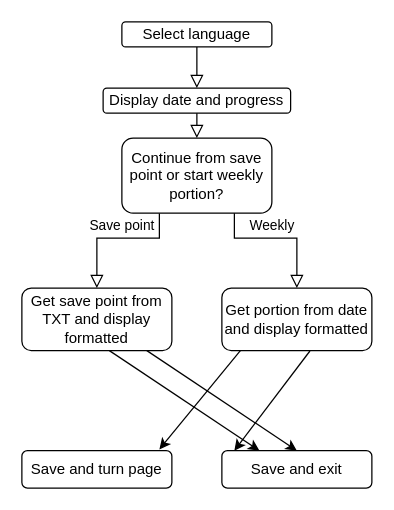
Before: tornado.drawio in chomskyhonk/tornado, a draw.io diagram. Source tidied: cells renumbered, new cells numbered last; positions are measured from the earlier drawing's top-left corner, leaving out a move shared by most shapes. Both pictures are drawn from the tidied source at 125%, with x=0, y=0 at pixel (21, 21).
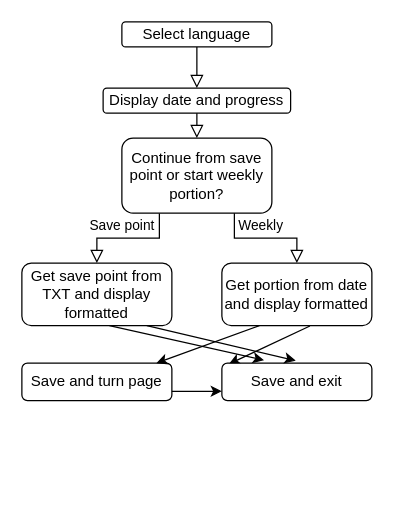
The same page after the edit.

The change refers to these unchanged cells:
```xml
<mxCell id="7" value="Continue from save point or start weekly portion?" style="rounded=1;whiteSpace=wrap;html=1;fontSize=12;glass=0;strokeWidth=1;shadow=0;" parent="1" vertex="1">
  <mxGeometry x="80" y="93" width="120" height="60" as="geometry" />
</mxCell>
```

Diff of the diagram source:
```diff
@@
     <mxCell id="4" value="&lt;div&gt;Save point&lt;/div&gt;" style="rounded=0;html=1;jettySize=auto;fontSize=11;endArrow=block;endFill=0;endSize=8;strokeWidth=1;shadow=0;labelBackgroundColor=none;edgeStyle=orthogonalEdgeStyle;exitX=0.25;exitY=1;exitDx=0;exitDy=0;" parent="1" edge="1" source="7">
-      <mxGeometry x="-0.09" y="-10" relative="1" as="geometry">
-        <mxPoint x="60" y="213" as="targetPoint" />
+      <mxGeometry x="0.11" y="-10" relative="1" as="geometry">
+        <mxPoint x="60" y="193" as="targetPoint" />
         <Array as="points">
           <mxPoint x="110" y="173" />
           <mxPoint x="60" y="173" />
         </Array>
       </mxGeometry>
     </mxCell>
@@
     <mxCell id="6" value="Get save point from TXT and display formatted" style="rounded=1;whiteSpace=wrap;html=1;fontSize=12;glass=0;strokeWidth=1;shadow=0;" parent="1" vertex="1">
-      <mxGeometry y="213" width="120" height="50" as="geometry" />
+      <mxGeometry y="193" width="120" height="50" as="geometry" />
     </mxCell>
@@
-    <mxCell id="9" value="&lt;div&gt;Weekly&lt;/div&gt;" style="rounded=0;html=1;jettySize=auto;fontSize=11;endArrow=block;endFill=0;endSize=8;strokeWidth=1;shadow=0;labelBackgroundColor=none;edgeStyle=orthogonalEdgeStyle;exitX=0.75;exitY=1;exitDx=0;exitDy=0;" parent="1" edge="1" source="7">
+    <mxCell id="9" value="&lt;div&gt;Weekly&lt;/div&gt;" style="rounded=0;html=1;jettySize=auto;fontSize=11;endArrow=block;endFill=0;endSize=8;strokeWidth=1;shadow=0;labelBackgroundColor=none;edgeStyle=orthogonalEdgeStyle;exitX=0.75;exitY=1;exitDx=0;exitDy=0;" parent="1" edge="1" source="7" target="12">
       <mxGeometry x="-0.09" y="10" relative="1" as="geometry">
-        <mxPoint x="220" y="213" as="targetPoint" />
         <Array as="points">
           <mxPoint x="170" y="173" />
           <mxPoint x="220" y="173" />
-          <mxPoint x="220" y="203" />
         </Array>
       </mxGeometry>
     </mxCell>
-    <mxCell id="10" style="endArrow=classic;html=1;exitX=0.587;exitY=1.006;exitDx=0;exitDy=0;exitPerimeter=0;entryX=0.083;entryY=0;entryDx=0;entryDy=0;entryPerimeter=0;" parent="1" edge="1" source="12" target="11">
+    <mxCell id="10" style="endArrow=classic;html=1;exitX=0.587;exitY=1.006;exitDx=0;exitDy=0;exitPerimeter=0;entryX=0.047;entryY=0.022;entryDx=0;entryDy=0;entryPerimeter=0;" parent="1" edge="1" source="12" target="11">
       <mxGeometry relative="1" as="geometry" />
     </mxCell>
     <mxCell id="11" value="Save and exit" style="rounded=1;whiteSpace=wrap;html=1;" parent="1" vertex="1">
-      <mxGeometry x="160" y="343" width="120" height="30" as="geometry" />
+      <mxGeometry x="160" y="273" width="120" height="30" as="geometry" />
     </mxCell>
     <mxCell id="12" value="Get portion from date and display formatted" style="rounded=1;whiteSpace=wrap;html=1;fontSize=12;glass=0;strokeWidth=1;shadow=0;" parent="1" vertex="1">
-      <mxGeometry x="160" y="213" width="120" height="50" as="geometry" />
+      <mxGeometry x="160" y="193" width="120" height="50" as="geometry" />
     </mxCell>
     <mxCell id="13" value="Save and turn page" style="rounded=1;whiteSpace=wrap;html=1;" parent="1" vertex="1">
-      <mxGeometry y="343" width="120" height="30" as="geometry" />
+      <mxGeometry y="273" width="120" height="30" as="geometry" />
     </mxCell>
-    <mxCell id="14" style="endArrow=classic;html=1;exitX=0.706;exitY=1.029;exitDx=0;exitDy=0;exitPerimeter=0;" parent="1" edge="1">
+    <mxCell id="14" style="endArrow=classic;html=1;exitX=0.25;exitY=1;exitDx=0;exitDy=0;" parent="1" edge="1" source="12">
       <mxGeometry relative="1" as="geometry">
-        <mxPoint x="174.8" y="263" as="sourcePoint" />
-        <mxPoint x="110" y="342" as="targetPoint" />
+        <mxPoint x="107.6" y="273" as="targetPoint" />
       </mxGeometry>
     </mxCell>
-    <mxCell id="15" style="endArrow=classic;html=1;exitX=0.833;exitY=1;exitDx=0;exitDy=0;exitPerimeter=0;" parent="1" edge="1" source="6">
-      <mxGeometry relative="1" as="geometry">
-        <mxPoint x="220" y="343" as="targetPoint" />
-      </mxGeometry>
+    <mxCell id="15" style="endArrow=classic;html=1;exitX=0.833;exitY=1;exitDx=0;exitDy=0;exitPerimeter=0;entryX=0.492;entryY=-0.067;entryDx=0;entryDy=0;entryPerimeter=0;" parent="1" edge="1" source="6" target="11">
+      <mxGeometry relative="1" as="geometry" />
     </mxCell>
-    <mxCell id="16" style="endArrow=classic;html=1;exitX=0.833;exitY=1;exitDx=0;exitDy=0;exitPerimeter=0;" parent="1" edge="1">
+    <mxCell id="16" style="endArrow=classic;html=1;exitX=0.833;exitY=1;exitDx=0;exitDy=0;exitPerimeter=0;entryX=0.281;entryY=-0.078;entryDx=0;entryDy=0;entryPerimeter=0;" parent="1" edge="1" target="11">
       <mxGeometry relative="1" as="geometry">
-        <mxPoint x="70" y="263" as="sourcePoint" />
-        <mxPoint x="190" y="343" as="targetPoint" />
+        <mxPoint x="70" y="243" as="sourcePoint" />
       </mxGeometry>
     </mxCell>
+    <mxCell id="17" style="endArrow=classic;html=1;exitX=1;exitY=0.75;exitDx=0;exitDy=0;entryX=0;entryY=0.75;entryDx=0;entryDy=0;" parent="1" edge="1" source="13" target="11">
+      <mxGeometry relative="1" as="geometry" />
+    </mxCell>
```
